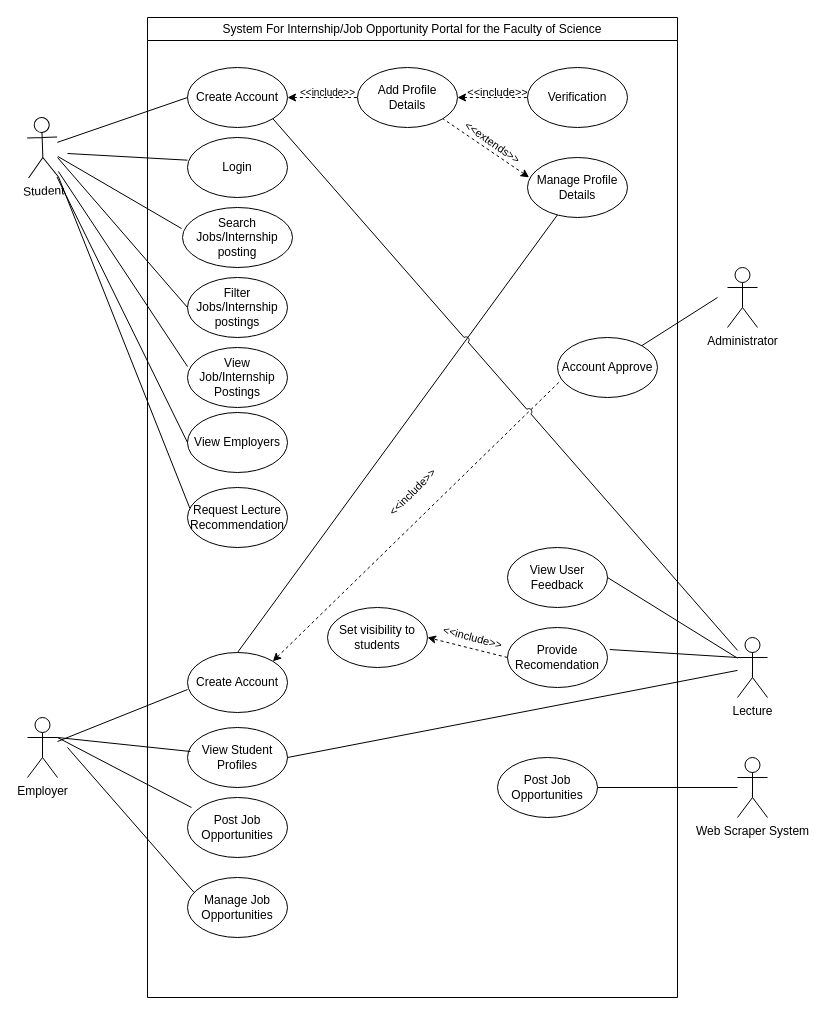
The draw.io diagram 471.drawio in mashihimasha/UPW_Diagrams, before the edit. Source tidied: cells renumbered, new cells numbered last; positions are measured from the earlier drawing's top-left corner, leaving out a move shared by most shapes. Both pictures are drawn from the tidied source at 100%, with x=0, y=0 at pixel (27, 17).
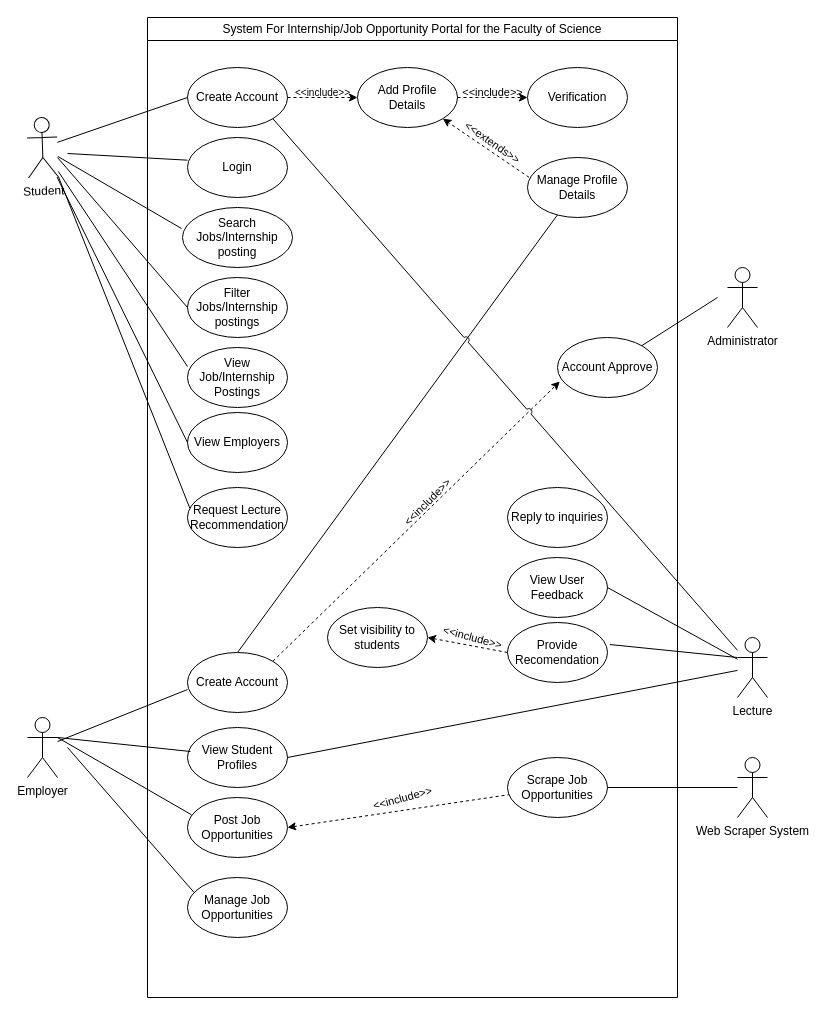
Above is the later version.

The change refers to these unchanged cells:
```xml
<mxCell id="2" value="System For&amp;nbsp;Internship/Job Opportunity Portal for the Faculty of Science" style="swimlane;whiteSpace=wrap;html=1;fontStyle=0;" parent="1" vertex="1">
  <mxGeometry x="120" width="530" height="980" as="geometry" />
</mxCell>
<mxCell id="3" value="Create Account" style="ellipse;whiteSpace=wrap;html=1;" parent="2" vertex="1">
  <mxGeometry x="40" y="50" width="100" height="60" as="geometry" />
</mxCell>
<mxCell id="5" value="Add Profile Details" style="ellipse;whiteSpace=wrap;html=1;" parent="2" vertex="1">
  <mxGeometry x="210" y="50" width="100" height="60" as="geometry" />
</mxCell>
<mxCell id="17" value="Create Account" style="ellipse;whiteSpace=wrap;html=1;" parent="2" vertex="1">
  <mxGeometry x="40" y="635" width="100" height="60" as="geometry" />
</mxCell>
<mxCell id="19" value="Post Job Opportunities" style="ellipse;whiteSpace=wrap;html=1;" parent="2" vertex="1">
  <mxGeometry x="40" y="780" width="100" height="60" as="geometry" />
</mxCell>
<mxCell id="23" value="Verification" style="ellipse;whiteSpace=wrap;html=1;" parent="2" vertex="1">
  <mxGeometry x="380" y="50" width="100" height="60" as="geometry" />
</mxCell>
<mxCell id="25" value="Manage Profile Details" style="ellipse;whiteSpace=wrap;html=1;" parent="2" vertex="1">
  <mxGeometry x="380" y="140" width="100" height="60" as="geometry" />
</mxCell>
<mxCell id="29" value="Account Approve" style="ellipse;whiteSpace=wrap;html=1;" parent="2" vertex="1">
  <mxGeometry x="410" y="320" width="100" height="60" as="geometry" />
</mxCell>
```

Diff of the diagram source:
```diff
@@
-    <mxCell id="9" style="endArrow=none;dashed=1;html=1;rounded=0;exitX=1;exitY=0.5;exitDx=0;exitDy=0;strokeColor=default;startArrow=classic;startFill=1;" parent="2" edge="1" source="3">
+    <mxCell id="9" style="endArrow=classic;dashed=1;html=1;rounded=0;exitX=1;exitY=0.5;exitDx=0;exitDy=0;strokeColor=default;startArrow=none;startFill=0;endFill=1;" parent="2" edge="1" source="3">
       <mxGeometry relative="1" as="geometry">
         <mxPoint x="210" y="80" as="targetPoint" />
       </mxGeometry>
     </mxCell>
     <mxCell id="10" value="&amp;lt;&amp;lt;include&amp;gt;&amp;gt;" style="text;html=1;align=center;verticalAlign=middle;strokeColor=none;fillColor=none;fontSize=10;" parent="2" vertex="1">
-      <mxGeometry x="140" y="60" width="80" height="30" as="geometry" />
+      <mxGeometry x="135" y="60" width="80" height="30" as="geometry" />
     </mxCell>
@@
     <mxCell id="12" value="&amp;lt;&amp;lt;include&amp;gt;&amp;gt;" style="text;html=1;align=center;verticalAlign=middle;strokeColor=none;fillColor=none;rotation=0;fontSize=11;" parent="2" vertex="1">
-      <mxGeometry x="310" y="60" width="80" height="30" as="geometry" />
+      <mxGeometry x="305" y="60" width="80" height="30" as="geometry" />
     </mxCell>
-    <mxCell id="13" style="endArrow=none;dashed=1;html=1;rounded=0;entryX=1;entryY=1;entryDx=0;entryDy=0;exitX=0.016;exitY=0.331;exitDx=0;exitDy=0;exitPerimeter=0;startArrow=classic;startFill=1;" parent="2" edge="1" source="25" target="5">
+    <mxCell id="13" style="endArrow=classic;dashed=1;html=1;rounded=0;entryX=1;entryY=1;entryDx=0;entryDy=0;exitX=0.016;exitY=0.331;exitDx=0;exitDy=0;exitPerimeter=0;startArrow=none;startFill=0;endFill=1;" parent="2" edge="1" source="25" target="5">
       <mxGeometry relative="1" as="geometry" />
     </mxCell>
@@
     <mxCell id="15" value="&amp;lt;&amp;lt;include&amp;gt;&amp;gt;" style="text;html=1;align=center;verticalAlign=middle;strokeColor=none;fillColor=none;rotation=-45;fontSize=11;" parent="2" vertex="1">
-      <mxGeometry x="225" y="460" width="80" height="30" as="geometry" />
+      <mxGeometry x="240" y="470" width="80" height="30" as="geometry" />
     </mxCell>
@@
-    <mxCell id="20" style="endArrow=none;dashed=1;html=1;rounded=0;exitX=1;exitY=0;exitDx=0;exitDy=0;entryX=0.023;entryY=0.733;entryDx=0;entryDy=0;entryPerimeter=0;startArrow=classic;startFill=1;jumpStyle=gap;" parent="2" edge="1" source="17" target="29">
+    <mxCell id="20" style="endArrow=classic;dashed=1;html=1;rounded=0;exitX=1;exitY=0;exitDx=0;exitDy=0;entryX=0.023;entryY=0.733;entryDx=0;entryDy=0;entryPerimeter=0;startArrow=none;startFill=0;jumpStyle=gap;endFill=1;" parent="2" edge="1" source="17" target="29">
       <mxGeometry relative="1" as="geometry" />
     </mxCell>
@@
-    <mxCell id="24" style="endArrow=none;dashed=1;html=1;rounded=0;exitX=1;exitY=0.5;exitDx=0;exitDy=0;entryX=0;entryY=0.5;entryDx=0;entryDy=0;startArrow=classic;startFill=1;" parent="2" edge="1" source="5" target="23">
+    <mxCell id="24" style="endArrow=classic;dashed=1;html=1;rounded=0;exitX=1;exitY=0.5;exitDx=0;exitDy=0;entryX=0;entryY=0.5;entryDx=0;entryDy=0;startArrow=none;startFill=0;endFill=1;" parent="2" edge="1" source="5" target="23">
       <mxGeometry relative="1" as="geometry">
         <Array as="points">
           <mxPoint x="350" y="80" />
         </Array>
       </mxGeometry>
     </mxCell>
@@
     <mxCell id="27" value="Provide Recomendation" style="ellipse;whiteSpace=wrap;html=1;" parent="2" vertex="1">
-      <mxGeometry x="360" y="610" width="100" height="60" as="geometry" />
+      <mxGeometry x="360" y="605" width="100" height="60" as="geometry" />
     </mxCell>
@@
-    <mxCell id="30" value="Post Job Opportunities" style="ellipse;whiteSpace=wrap;html=1;" parent="2" vertex="1">
-      <mxGeometry x="350" y="740" width="100" height="60" as="geometry" />
+    <mxCell id="30" value="Scrape Job Opportunities" style="ellipse;whiteSpace=wrap;html=1;" parent="2" vertex="1">
+      <mxGeometry x="360" y="740" width="100" height="60" as="geometry" />
     </mxCell>
@@
     <mxCell id="32" value="View User Feedback" style="ellipse;whiteSpace=wrap;html=1;" parent="2" vertex="1">
-      <mxGeometry x="360" y="530" width="100" height="60" as="geometry" />
+      <mxGeometry x="360" y="540" width="100" height="60" as="geometry" />
     </mxCell>
+    <mxCell id="55" style="endArrow=none;dashed=1;html=1;rounded=0;exitX=1;exitY=0.5;exitDx=0;exitDy=0;startArrow=classic;startFill=1;jumpStyle=gap;endFill=0;" parent="2" edge="1" source="19" target="30">
+      <mxGeometry relative="1" as="geometry" />
+    </mxCell>
+    <mxCell id="56" value="&amp;lt;&amp;lt;include&amp;gt;&amp;gt;" style="text;html=1;align=center;verticalAlign=middle;strokeColor=none;fillColor=none;rotation=-15;fontSize=11;" parent="2" vertex="1">
+      <mxGeometry x="215" y="766" width="80" height="30" as="geometry" />
+    </mxCell>
+    <mxCell id="57" value="Reply to inquiries" style="ellipse;whiteSpace=wrap;html=1;" parent="2" vertex="1">
+      <mxGeometry x="360" y="470" width="100" height="60" as="geometry" />
+    </mxCell>
@@
-    <mxCell id="42" style="endArrow=none;html=1;rounded=0;entryX=0.04;entryY=0.167;entryDx=0;entryDy=0;entryPerimeter=0;endFill=0;startArrow=none;startFill=0;" parent="1" edge="1" target="19">
+    <mxCell id="42" style="endArrow=none;html=1;rounded=0;entryX=0.04;entryY=0.288;entryDx=0;entryDy=0;entryPerimeter=0;endFill=0;startArrow=none;startFill=0;" parent="1" edge="1" target="19">
       <mxGeometry relative="1" as="geometry">
         <mxPoint x="30" y="720" as="sourcePoint" />
       </mxGeometry>
     </mxCell>
```
